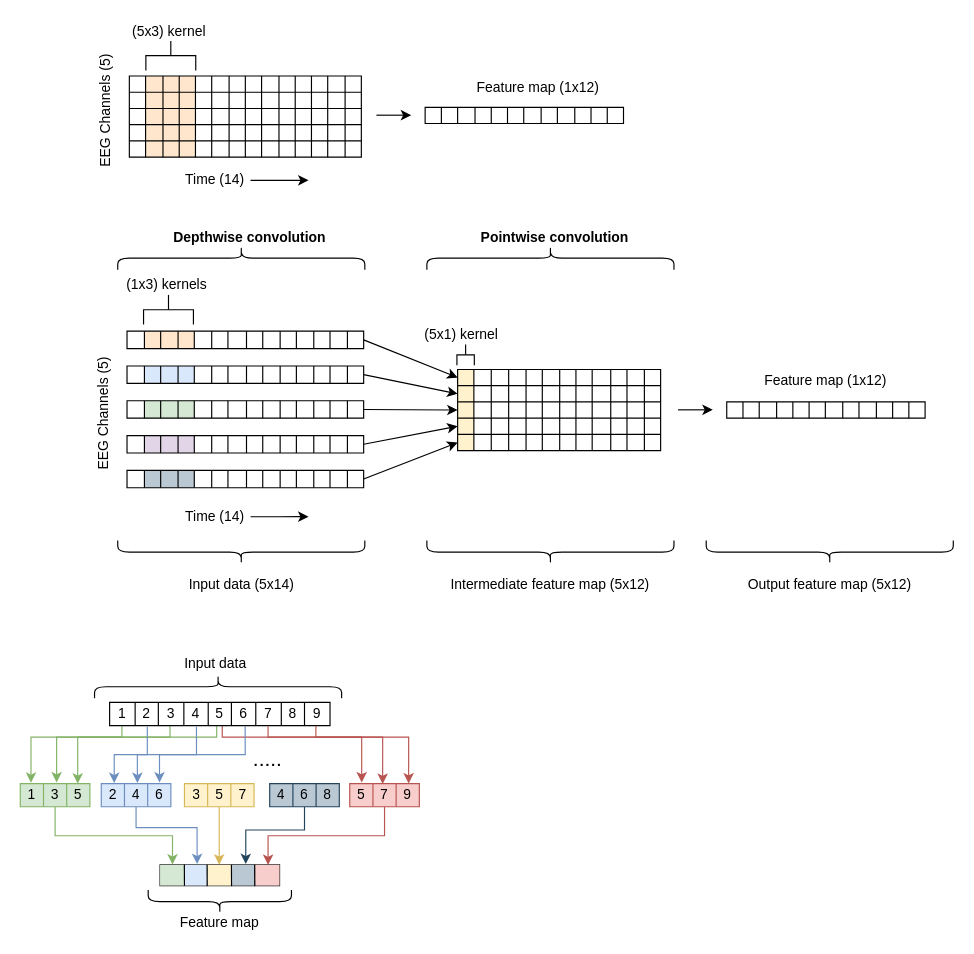
Earlier version of the draw.io diagram conv1d.drawio (weiter10/tfm_eeg_dl). Source tidied: cells renumbered, new cells numbered last; positions are measured from the earlier drawing's top-left corner, leaving out a move shared by most shapes. Both pictures are drawn from the tidied source at 116%, with x=0, y=0 at pixel (20, 20).
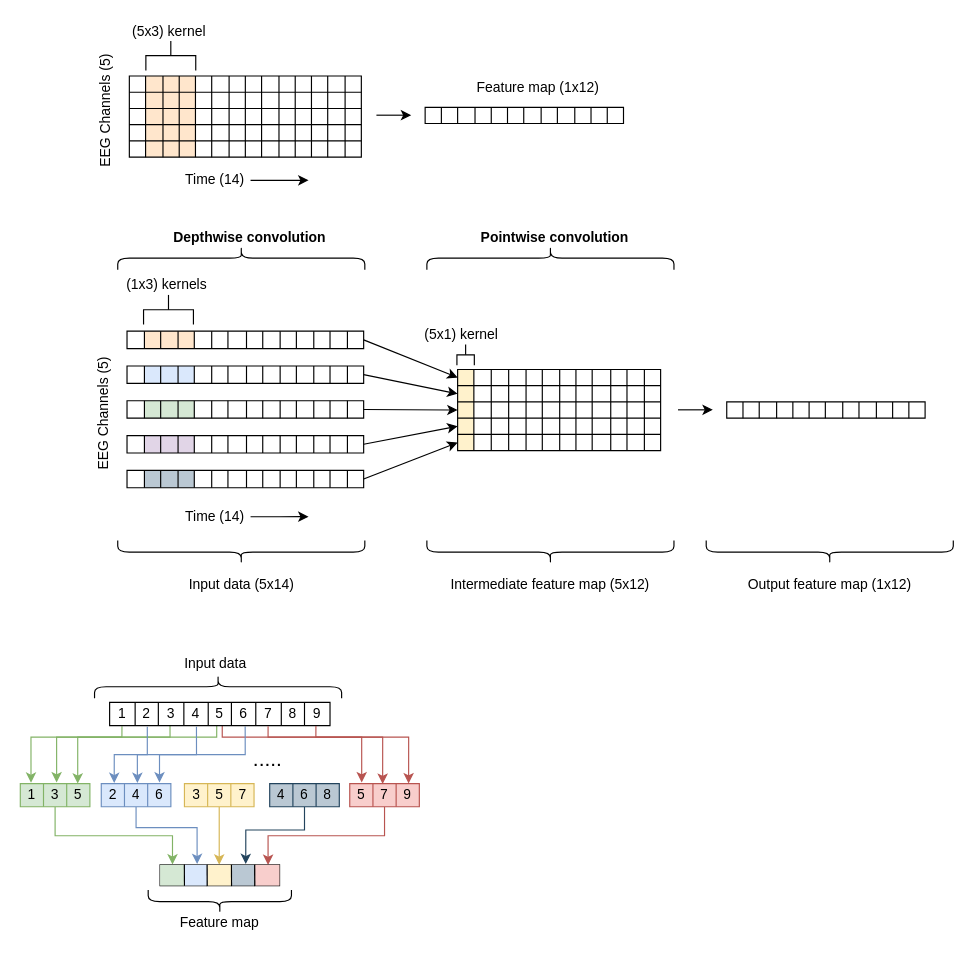
After the change.

Change to the diagram source:
```diff
@@
-    <mxCell id="270" value="Feature map (1x12)" style="text;html=1;strokeColor=none;fillColor=none;align=center;verticalAlign=middle;whiteSpace=wrap;rounded=0;" parent="1" vertex="1">
-      <mxGeometry x="634" y="301" width="121" height="20" as="geometry" />
-    </mxCell>
@@
-    <mxCell id="289" value="Output feature map (5x12)" style="text;html=1;strokeColor=none;fillColor=none;align=center;verticalAlign=middle;whiteSpace=wrap;rounded=0;" parent="1" vertex="1">
+    <mxCell id="289" value="Output feature map (1x12)" style="text;html=1;strokeColor=none;fillColor=none;align=center;verticalAlign=middle;whiteSpace=wrap;rounded=0;" parent="1" vertex="1">
       <mxGeometry x="609" y="477" width="177.5" height="20" as="geometry" />
     </mxCell>
```
